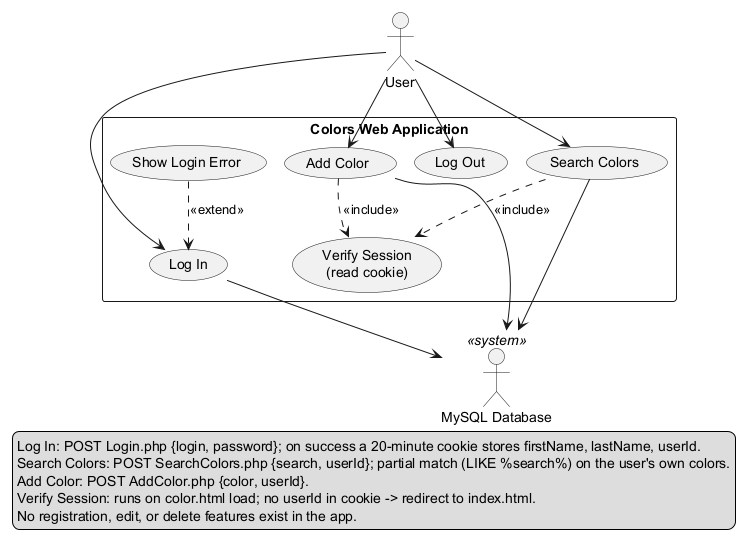
Above: docs/uml/usecase.png in jbear05/colors-lab (PlantUML), before the change. Source of this version:
```plantuml
@startuml usecase
!pragma layout smetana
skinparam packageStyle rectangle

actor User
actor "MySQL Database" as DB <<system>>

rectangle "Colors Web Application" {
  usecase "Log In" as UC_Login
  usecase "Search Colors" as UC_Search
  usecase "Add Color" as UC_Add
  usecase "Log Out" as UC_Logout
  usecase "Verify Session\n(read cookie)" as UC_Session
  usecase "Show Login Error" as UC_LoginErr
}

User --> UC_Login
User --> UC_Search
User --> UC_Add
User --> UC_Logout

UC_Search ..> UC_Session : <<include>>
UC_Add ..> UC_Session : <<include>>
UC_LoginErr ..> UC_Login : <<extend>>

UC_Login --> DB
UC_Search --> DB
UC_Add --> DB

legend bottom
  Log In: POST Login.php {login, password}; on success a 20-minute cookie stores firstName, lastName, userId.
  Search Colors: POST SearchColors.php {search, userId}; partial match (LIKE %search%) on the user's own colors.
  Add Color: POST AddColor.php {color, userId}.
  Verify Session: runs on color.html load; no userId in cookie -> redirect to index.html.
  No registration, edit, or delete features exist in the app.
end legend
@enduml
```
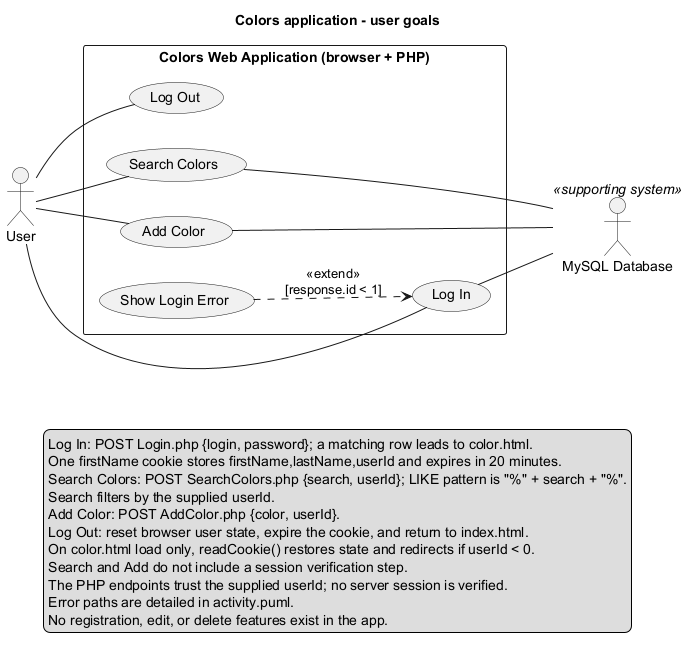
The same file after the commit.

Commit message:
Refine UML diagrams to match implemented behavior

Diff of the diagram source:
```diff
@@ -1,37 +1,41 @@
 @startuml usecase
-!pragma layout smetana
 skinparam packageStyle rectangle
+title Colors application - user goals
+left to right direction
 
 actor User
-actor "MySQL Database" as DB <<system>>
+actor "MySQL Database" as DB <<supporting system>>
 
-rectangle "Colors Web Application" {
+rectangle "Colors Web Application (browser + PHP)" {
   usecase "Log In" as UC_Login
   usecase "Search Colors" as UC_Search
   usecase "Add Color" as UC_Add
   usecase "Log Out" as UC_Logout
-  usecase "Verify Session\n(read cookie)" as UC_Session
   usecase "Show Login Error" as UC_LoginErr
 }
 
-User --> UC_Login
-User --> UC_Search
-User --> UC_Add
-User --> UC_Logout
+User -- UC_Login
+User -- UC_Search
+User -- UC_Add
+User -- UC_Logout
 
-UC_Search ..> UC_Session : <<include>>
-UC_Add ..> UC_Session : <<include>>
-UC_LoginErr ..> UC_Login : <<extend>>
+UC_LoginErr ..> UC_Login : <<extend>>\n[response.id < 1]
 
-UC_Login --> DB
-UC_Search --> DB
-UC_Add --> DB
+UC_Login -- DB
+UC_Search -- DB
+UC_Add -- DB
 
 legend bottom
-  Log In: POST Login.php {login, password}; on success a 20-minute cookie stores firstName, lastName, userId.
-  Search Colors: POST SearchColors.php {search, userId}; partial match (LIKE %search%) on the user's own colors.
+  Log In: POST Login.php {login, password}; a matching row leads to color.html.
+  One firstName cookie stores firstName,lastName,userId and expires in 20 minutes.
+  Search Colors: POST SearchColors.php {search, userId}; LIKE pattern is "%" + search + "%".
+  Search filters by the supplied userId.
   Add Color: POST AddColor.php {color, userId}.
-  Verify Session: runs on color.html load; no userId in cookie -> redirect to index.html.
+  Log Out: reset browser user state, expire the cookie, and return to index.html.
+  On color.html load only, readCookie() restores state and redirects if userId < 0.
+  Search and Add do not include a session verification step.
+  The PHP endpoints trust the supplied userId; no server session is verified.
+  Error paths are detailed in activity.puml.
   No registration, edit, or delete features exist in the app.
 end legend
 @enduml
```
